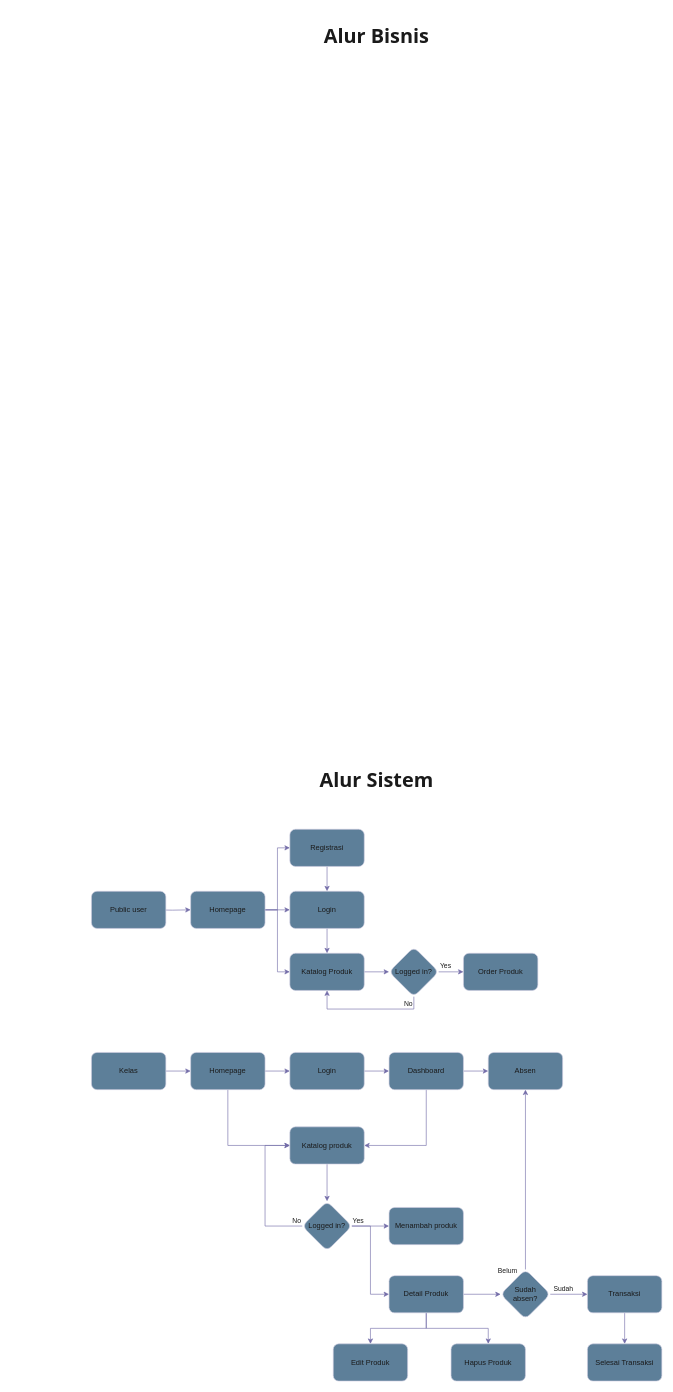
The draw.io diagram Alur_KantinSPW.drawio in silvynrr/diagram-kantin-spw, before the edit. Source tidied: cells renumbered, new cells numbered last; positions are measured from the earlier drawing's top-left corner, leaving out a move shared by most shapes. Both pictures are drawn from the tidied source at 62%, with x=0, y=0 at pixel (91, 11).
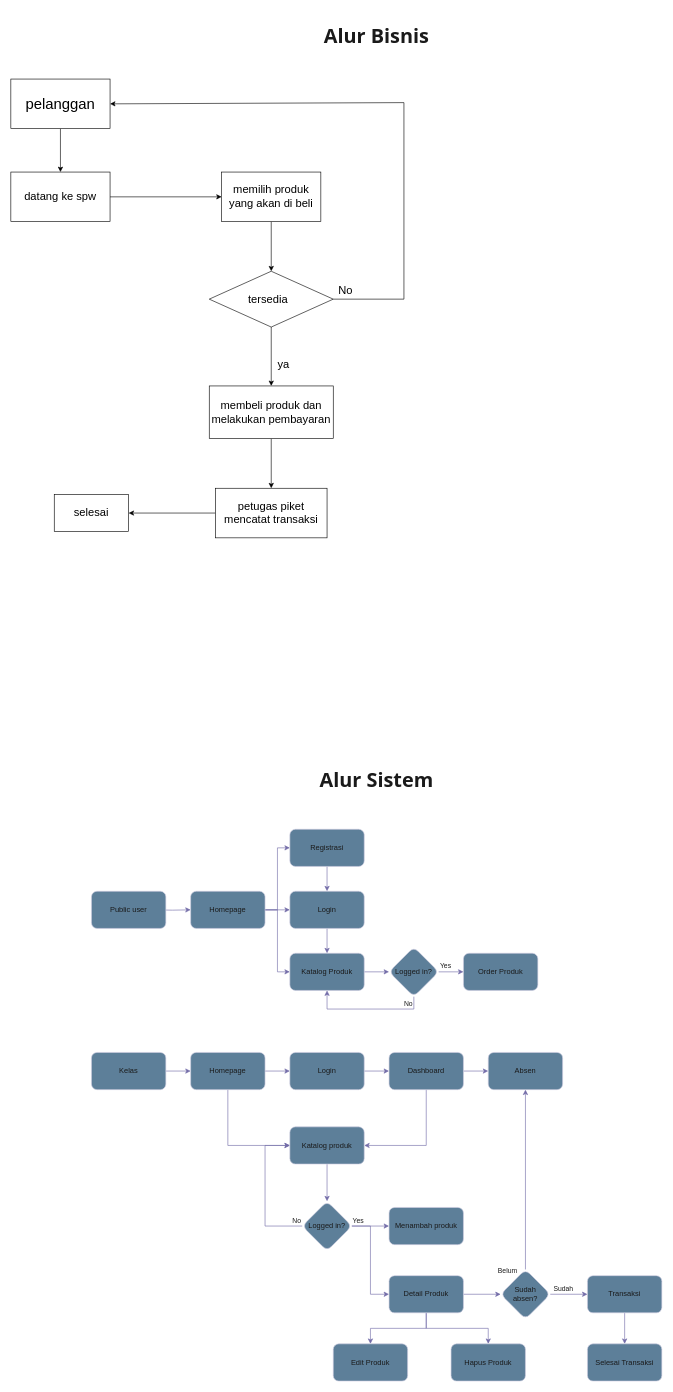
Above is the later version.

The edit, as a diff of the source:
```diff
@@
+    <mxCell id="56" style="edgeStyle=orthogonalEdgeStyle;rounded=0;jettySize=auto;html=1;" parent="1" edge="1" source="57" target="59">
+      <mxGeometry relative="1" as="geometry" />
+    </mxCell>
+    <mxCell id="57" value="&lt;span style=&quot;font-size: 24px;&quot;&gt;pelanggan&lt;/span&gt;" style="rounded=0;whiteSpace=wrap;html=1;" parent="1" vertex="1">
+      <mxGeometry x="-130" y="110" width="160" height="80" as="geometry" />
+    </mxCell>
+    <mxCell id="58" style="edgeStyle=orthogonalEdgeStyle;rounded=0;jettySize=auto;html=1;" parent="1" edge="1" source="59" target="61">
+      <mxGeometry relative="1" as="geometry" />
+    </mxCell>
+    <mxCell id="59" value="&lt;span style=&quot;font-size: 18px;&quot;&gt;datang ke spw&lt;/span&gt;" style="rounded=0;whiteSpace=wrap;html=1;" parent="1" vertex="1">
+      <mxGeometry x="-130" y="260" width="160" height="80" as="geometry" />
+    </mxCell>
+    <mxCell id="60" style="edgeStyle=orthogonalEdgeStyle;rounded=0;jettySize=auto;html=1;" parent="1" edge="1" source="61" target="63">
+      <mxGeometry relative="1" as="geometry" />
+    </mxCell>
+    <mxCell id="61" value="&lt;span style=&quot;font-size: 18px;&quot;&gt;memilih produk yang akan di beli&lt;/span&gt;" style="rounded=0;whiteSpace=wrap;html=1;" parent="1" vertex="1">
+      <mxGeometry x="210" y="260" width="160" height="80" as="geometry" />
+    </mxCell>
+    <mxCell id="62" style="edgeStyle=orthogonalEdgeStyle;rounded=0;jettySize=auto;html=1;" parent="1" edge="1" source="63" target="65">
+      <mxGeometry relative="1" as="geometry" />
+    </mxCell>
+    <mxCell id="63" style="rhombus;whiteSpace=wrap;html=1;rounded=0;" parent="1" vertex="1">
+      <mxGeometry x="190" y="420" width="200" height="90" as="geometry" />
+    </mxCell>
+    <mxCell id="64" style="edgeStyle=orthogonalEdgeStyle;rounded=0;jettySize=auto;html=1;" parent="1" edge="1" source="65" target="67">
+      <mxGeometry relative="1" as="geometry" />
+    </mxCell>
+    <mxCell id="65" value="&lt;div style=&quot;&quot;&gt;&lt;span style=&quot;font-size: 18px;&quot;&gt;membeli produk dan melakukan pembayaran&lt;/span&gt;&lt;/div&gt;" style="whiteSpace=wrap;html=1;rounded=0;align=center;" parent="1" vertex="1">
+      <mxGeometry x="190" y="605" width="200" height="85" as="geometry" />
+    </mxCell>
+    <mxCell id="66" style="edgeStyle=orthogonalEdgeStyle;rounded=0;jettySize=auto;html=1;" parent="1" edge="1" source="67" target="68">
+      <mxGeometry relative="1" as="geometry" />
+    </mxCell>
+    <mxCell id="67" value="&lt;font style=&quot;font-size: 18px;&quot;&gt;petugas piket mencatat transaksi&lt;/font&gt;" style="whiteSpace=wrap;html=1;rounded=0;" parent="1" vertex="1">
+      <mxGeometry x="200" y="770" width="180" height="80" as="geometry" />
+    </mxCell>
+    <mxCell id="68" value="&lt;font style=&quot;font-size: 18px;&quot;&gt;selesai&lt;/font&gt;" style="whiteSpace=wrap;html=1;rounded=0;" parent="1" vertex="1">
+      <mxGeometry x="-60" y="780" width="120" height="60" as="geometry" />
+    </mxCell>
+    <mxCell id="69" value="&lt;font style=&quot;font-size: 18px;&quot;&gt;tersedia&lt;/font&gt;" style="text;html=1;align=center;verticalAlign=middle;whiteSpace=wrap;rounded=0;" parent="1" vertex="1">
+      <mxGeometry x="240" y="450" width="90" height="30" as="geometry" />
+    </mxCell>
+    <mxCell id="70" value="&lt;font style=&quot;font-size: 18px;&quot;&gt;ya&lt;/font&gt;" style="text;html=1;align=center;verticalAlign=middle;whiteSpace=wrap;rounded=0;" parent="1" vertex="1">
+      <mxGeometry x="280" y="556" width="60" height="30" as="geometry" />
+    </mxCell>
+    <mxCell id="71" value="&lt;font style=&quot;font-size: 18px;&quot;&gt;No&lt;/font&gt;" style="text;html=1;align=center;verticalAlign=middle;whiteSpace=wrap;rounded=0;" parent="1" vertex="1">
+      <mxGeometry x="380" y="436" width="60" height="30" as="geometry" />
+    </mxCell>
+    <mxCell id="72" style="endArrow=classic;html=1;rounded=0;entryX=1;entryY=0.5;entryDx=0;entryDy=0;exitX=1;exitY=0.5;exitDx=0;exitDy=0;" parent="1" edge="1" source="63" target="57">
+      <mxGeometry relative="1" as="geometry">
+        <Array as="points">
+          <mxPoint x="504" y="465" />
+          <mxPoint x="504" y="148" />
+        </Array>
+      </mxGeometry>
+    </mxCell>
```
